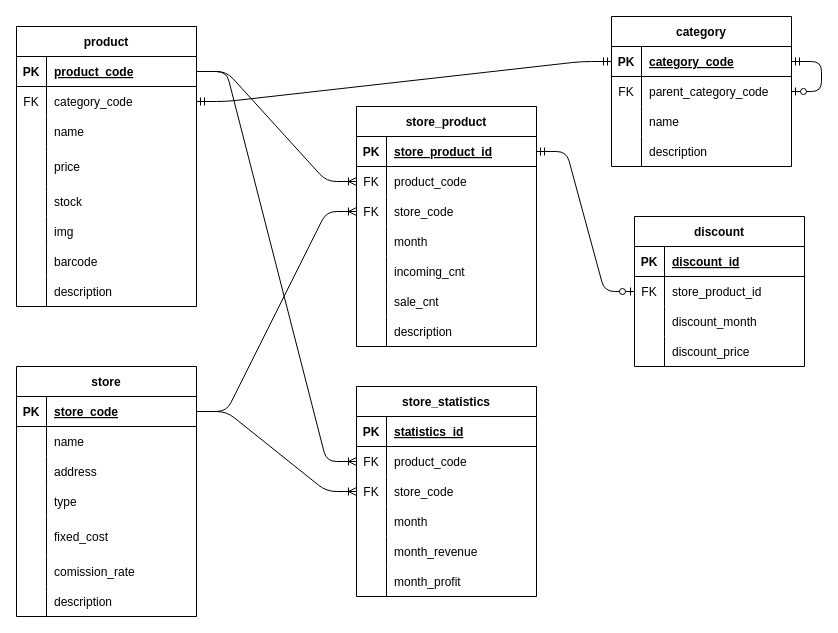
The draw.io diagram database/ERD.drawio in JoshRyu/logistics, before the edit. Source tidied: cells renumbered, new cells numbered last; positions are measured from the earlier drawing's top-left corner, leaving out a move shared by most shapes. Both pictures are drawn from the tidied source at 100%, with x=0, y=0 at pixel (16, 16).
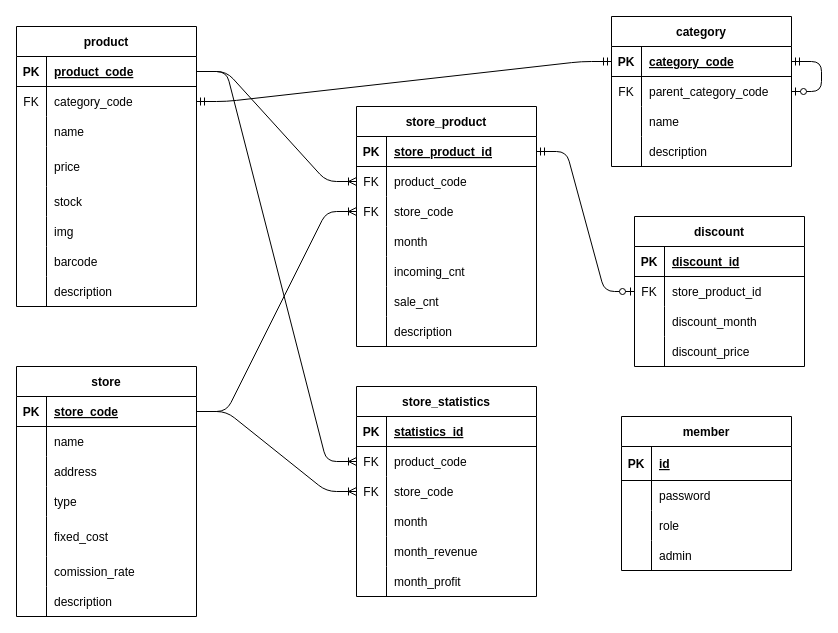
Above is the later version.

Change to the diagram source:
```diff
@@
+    <mxCell id="123" value="member" style="shape=table;startSize=30;childLayout=tableLayout;rowLines=0;fontStyle=1;align=center;" parent="1" vertex="1">
+      <mxGeometry x="605" y="400" width="170" height="154" as="geometry" />
+    </mxCell>
+    <mxCell id="124" style="shape=tableRow;horizontal=0;startSize=0;swimlaneHead=0;swimlaneBody=0;fillColor=none;top=0;left=0;right=0;bottom=1;" parent="123" vertex="1">
+      <mxGeometry y="30" width="170" height="34" as="geometry" />
+    </mxCell>
+    <mxCell id="125" value="PK" style="shape=partialRectangle;fillColor=none;top=0;left=0;bottom=0;right=0;fontStyle=1;overflow=hidden;" parent="124" vertex="1">
+      <mxGeometry width="30" height="34" as="geometry" />
+    </mxCell>
+    <mxCell id="126" value="id" style="shape=partialRectangle;fillColor=none;top=0;left=0;bottom=0;right=0;align=left;spacingLeft=6;fontStyle=5;overflow=hidden;" parent="124" vertex="1">
+      <mxGeometry x="30" width="140" height="34" as="geometry" />
+    </mxCell>
+    <mxCell id="127" style="shape=tableRow;horizontal=0;startSize=0;swimlaneHead=0;swimlaneBody=0;fillColor=none;top=0;left=0;right=0;bottom=0;" parent="123" vertex="1">
+      <mxGeometry y="64" width="170" height="30" as="geometry" />
+    </mxCell>
+    <mxCell id="128" style="shape=partialRectangle;fillColor=none;top=0;left=0;bottom=0;right=0;overflow=hidden;" parent="127" vertex="1">
+      <mxGeometry width="30" height="30" as="geometry" />
+    </mxCell>
+    <mxCell id="129" value="password" style="shape=partialRectangle;fillColor=none;top=0;left=0;bottom=0;right=0;align=left;spacingLeft=6;overflow=hidden;" parent="127" vertex="1">
+      <mxGeometry x="30" width="140" height="30" as="geometry" />
+    </mxCell>
+    <mxCell id="130" style="shape=tableRow;horizontal=0;startSize=0;swimlaneHead=0;swimlaneBody=0;fillColor=none;top=0;left=0;right=0;bottom=0;" parent="123" vertex="1">
+      <mxGeometry y="94" width="170" height="30" as="geometry" />
+    </mxCell>
+    <mxCell id="131" style="shape=partialRectangle;fillColor=none;top=0;left=0;bottom=0;right=0;overflow=hidden;" parent="130" vertex="1">
+      <mxGeometry width="30" height="30" as="geometry" />
+    </mxCell>
+    <mxCell id="132" value="role" style="shape=partialRectangle;fillColor=none;top=0;left=0;bottom=0;right=0;align=left;spacingLeft=6;overflow=hidden;" parent="130" vertex="1">
+      <mxGeometry x="30" width="140" height="30" as="geometry" />
+    </mxCell>
+    <mxCell id="133" style="shape=tableRow;horizontal=0;startSize=0;swimlaneHead=0;swimlaneBody=0;fillColor=none;top=0;left=0;right=0;bottom=0;" parent="123" vertex="1">
+      <mxGeometry y="124" width="170" height="30" as="geometry" />
+    </mxCell>
+    <mxCell id="134" style="shape=partialRectangle;fillColor=none;top=0;left=0;bottom=0;right=0;overflow=hidden;" parent="133" vertex="1">
+      <mxGeometry width="30" height="30" as="geometry" />
+    </mxCell>
+    <mxCell id="135" value="admin" style="shape=partialRectangle;fillColor=none;top=0;left=0;bottom=0;right=0;align=left;spacingLeft=6;overflow=hidden;" parent="133" vertex="1">
+      <mxGeometry x="30" width="140" height="30" as="geometry" />
+    </mxCell>
```
